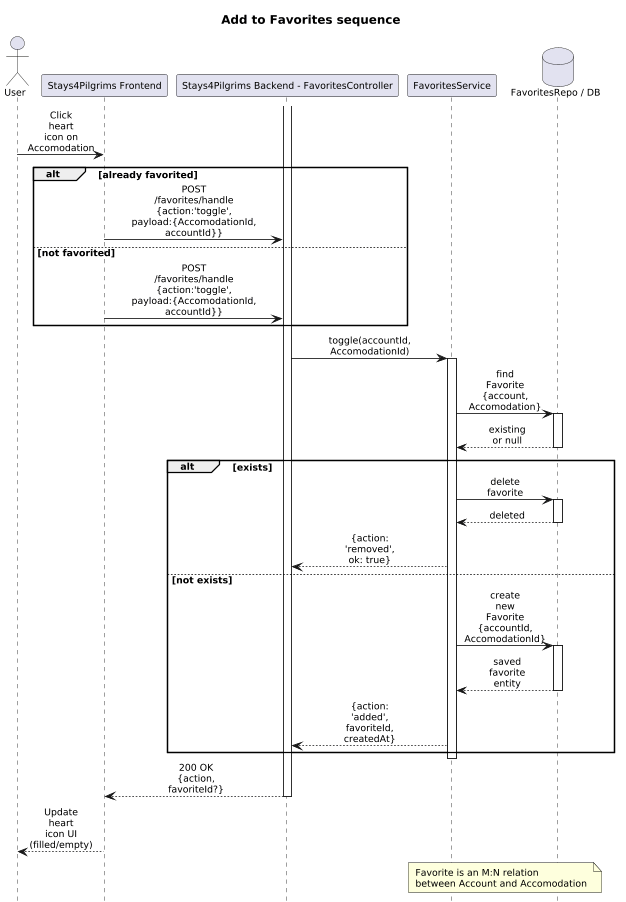
Above: docs/diagrams/png/sequence-add-favorite.png in alegna83/cookbook-be (PlantUML), before the change. The source it was exported from:
```plantuml
@startuml
title Add to Favorites sequence
scale 0.85
hide footbox
skinparam defaultFontName Arial
skinparam defaultFontSize 11
skinparam maxMessageSize 55
skinparam sequence {
  ParticipantPadding 10
  BoxPadding 8
  MessageAlign center
  ArrowThickness 1
}
actor User
participant "Stays4Pilgrims Frontend" as FE
participant "Stays4Pilgrims Backend - FavoritesController" as API
participant "FavoritesService" as SVC
database "FavoritesRepo / DB" as DB

User -> FE: Click heart icon on Accomodation
alt already favorited
  FE -> API: POST /favorites/handle\n{action:'toggle', payload:{AccomodationId, accountId}}
else not favorited
  FE -> API: POST /favorites/handle\n{action:'toggle', payload:{AccomodationId, accountId}}
end
activate API
API -> SVC: toggle(accountId, AccomodationId)
activate SVC
SVC -> DB: find Favorite {account, Accomodation}
activate DB
DB --> SVC: existing or null
deactivate DB
alt exists
  SVC -> DB: delete favorite
  activate DB
  DB --> SVC: deleted
  deactivate DB
  SVC --> API: {action: 'removed', ok: true}
else not exists
  SVC -> DB: create new Favorite {accountId, AccomodationId}
  activate DB
  DB --> SVC: saved favorite entity
  deactivate DB
  SVC --> API: {action: 'added', favoriteId, createdAt}
end
deactivate SVC
API --> FE: 200 OK {action, favoriteId?}
deactivate API
FE --> User: Update heart icon UI (filled/empty)

note over SVC,DB: Favorite is an M:N relation\nbetween Account and Accomodation

@enduml
```
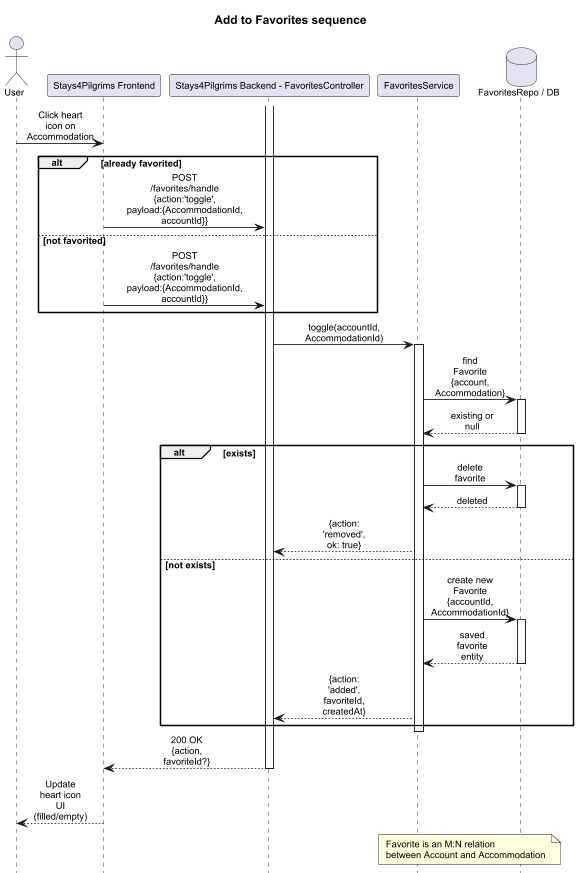
After the change.

What changed in the source:
```diff
@@ -17,16 +17,16 @@
 participant "FavoritesService" as SVC
 database "FavoritesRepo / DB" as DB
 
-User -> FE: Click heart icon on Accomodation
+User -> FE: Click heart icon on Accommodation
 alt already favorited
-  FE -> API: POST /favorites/handle\n{action:'toggle', payload:{AccomodationId, accountId}}
+  FE -> API: POST /favorites/handle\n{action:'toggle', payload:{AccommodationId, accountId}}
 else not favorited
-  FE -> API: POST /favorites/handle\n{action:'toggle', payload:{AccomodationId, accountId}}
+  FE -> API: POST /favorites/handle\n{action:'toggle', payload:{AccommodationId, accountId}}
 end
 activate API
-API -> SVC: toggle(accountId, AccomodationId)
+API -> SVC: toggle(accountId, AccommodationId)
 activate SVC
-SVC -> DB: find Favorite {account, Accomodation}
+SVC -> DB: find Favorite {account, Accommodation}
 activate DB
 DB --> SVC: existing or null
 deactivate DB
@@ -37,7 +37,7 @@
   deactivate DB
   SVC --> API: {action: 'removed', ok: true}
 else not exists
-  SVC -> DB: create new Favorite {accountId, AccomodationId}
+  SVC -> DB: create new Favorite {accountId, AccommodationId}
   activate DB
   DB --> SVC: saved favorite entity
   deactivate DB
@@ -48,6 +48,6 @@
 deactivate API
 FE --> User: Update heart icon UI (filled/empty)
 
-note over SVC,DB: Favorite is an M:N relation\nbetween Account and Accomodation
+note over SVC,DB: Favorite is an M:N relation\nbetween Account and Accommodation
 
 @enduml
```
